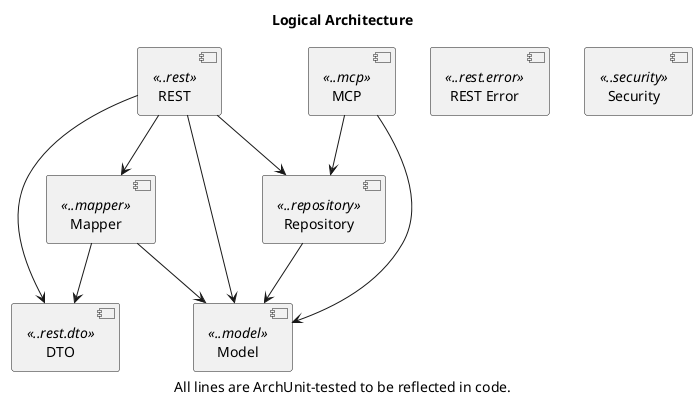
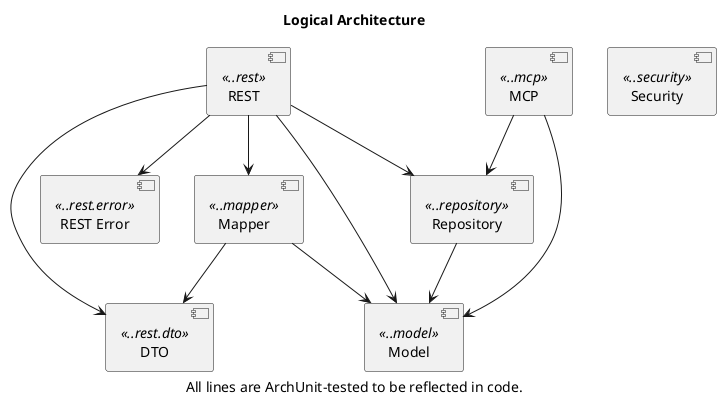
@startuml

title Logical Architecture
caption All lines are ArchUnit-tested to be reflected in code.

[Model] <<..model>>
[Repository] <<..repository>>
[DTO] <<..rest.dto>>
[REST Error] <<..rest.error>>
[Mapper] <<..mapper>>
[REST] <<..rest>>
[Security] <<..security>>
[MCP] <<..mcp>>

[Repository] --> [Model]
[Mapper] --> [Model]
[Mapper] --> [DTO]
[REST] --> [Model]
[REST] --> [Repository]
[REST] --> [Mapper]
[REST] --> [DTO]
+ [REST] --> [REST Error]
[MCP] --> [Model]
[MCP] --> [Repository]

@enduml
